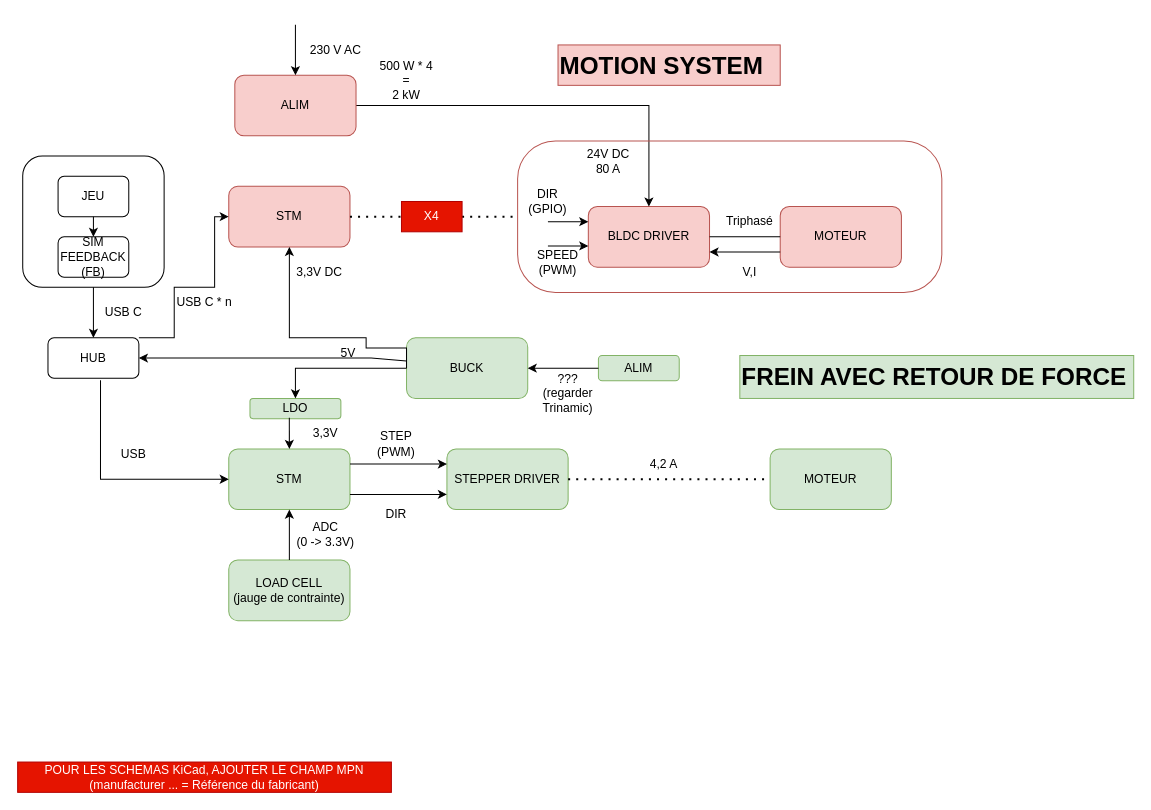
Before: Diagramme d'architecture.drawio in MOAalpha/2425_Projet1AB_SIMU4DX, a draw.io diagram. Source tidied: cells renumbered, new cells numbered last; positions are measured from the earlier drawing's top-left corner, leaving out a move shared by most shapes. Both pictures are drawn from the tidied source at 101%, with x=0, y=0 at pixel (17, 24).
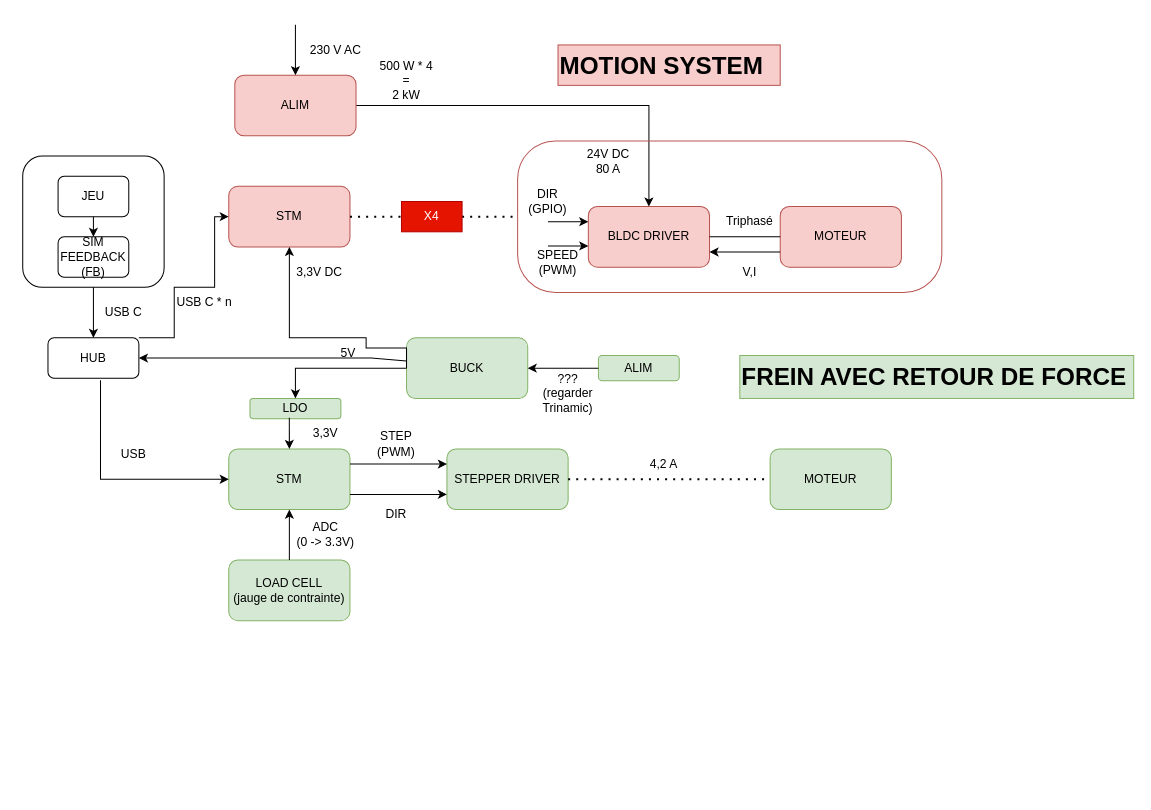
Above is the later version.

Commit message:
Mettre à jour Diagramme d'architecture.drawio

Change to the diagram source:
```diff
@@
-    <mxCell id="22" value="POUR LES SCHEMAS KiCad, AJOUTER LE CHAMP MPN (manufacturer ... = Référence du fabricant)" style="text;html=1;align=center;verticalAlign=middle;whiteSpace=wrap;rounded=0;fillColor=#e51400;strokeColor=#B20000;fontColor=#ffffff;" parent="1" vertex="1">
-      <mxGeometry y="730" width="370" height="30" as="geometry" />
-    </mxCell>
```
